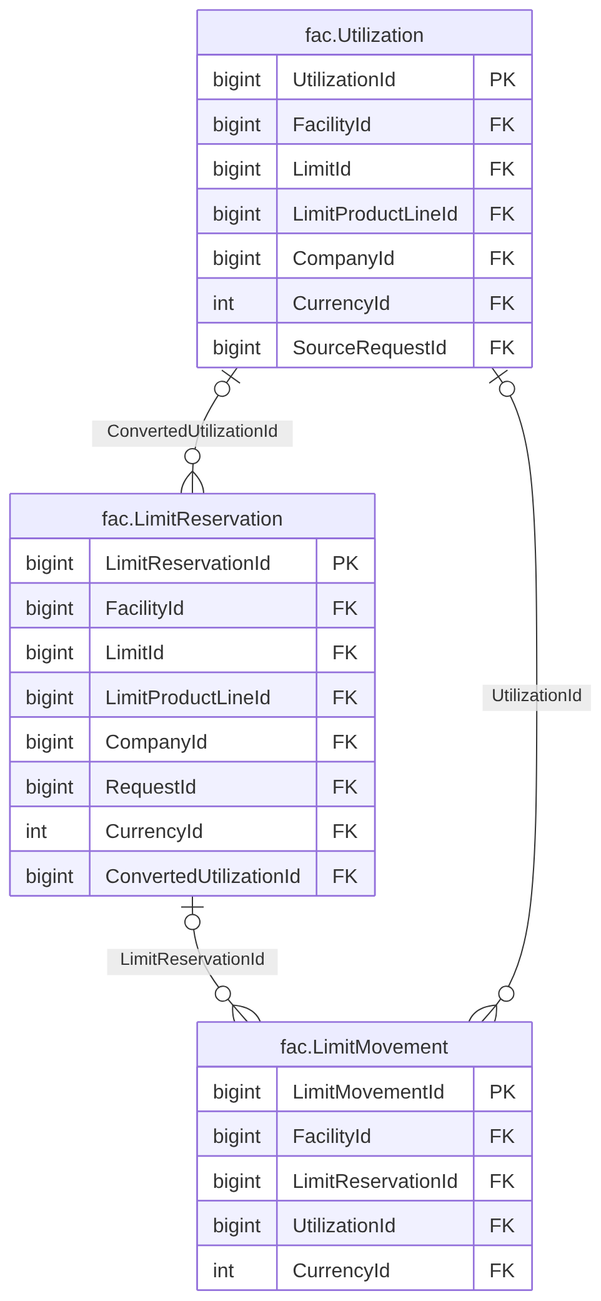
This is treasury-platform/docs/diagrams/erd/m5_limits_2.png from thawrasy/smartlines, a Mermaid export, as it was before one commit. Its source is kept beside it as treasury-platform/docs/diagrams/erd/m5_limits_2.mmd.
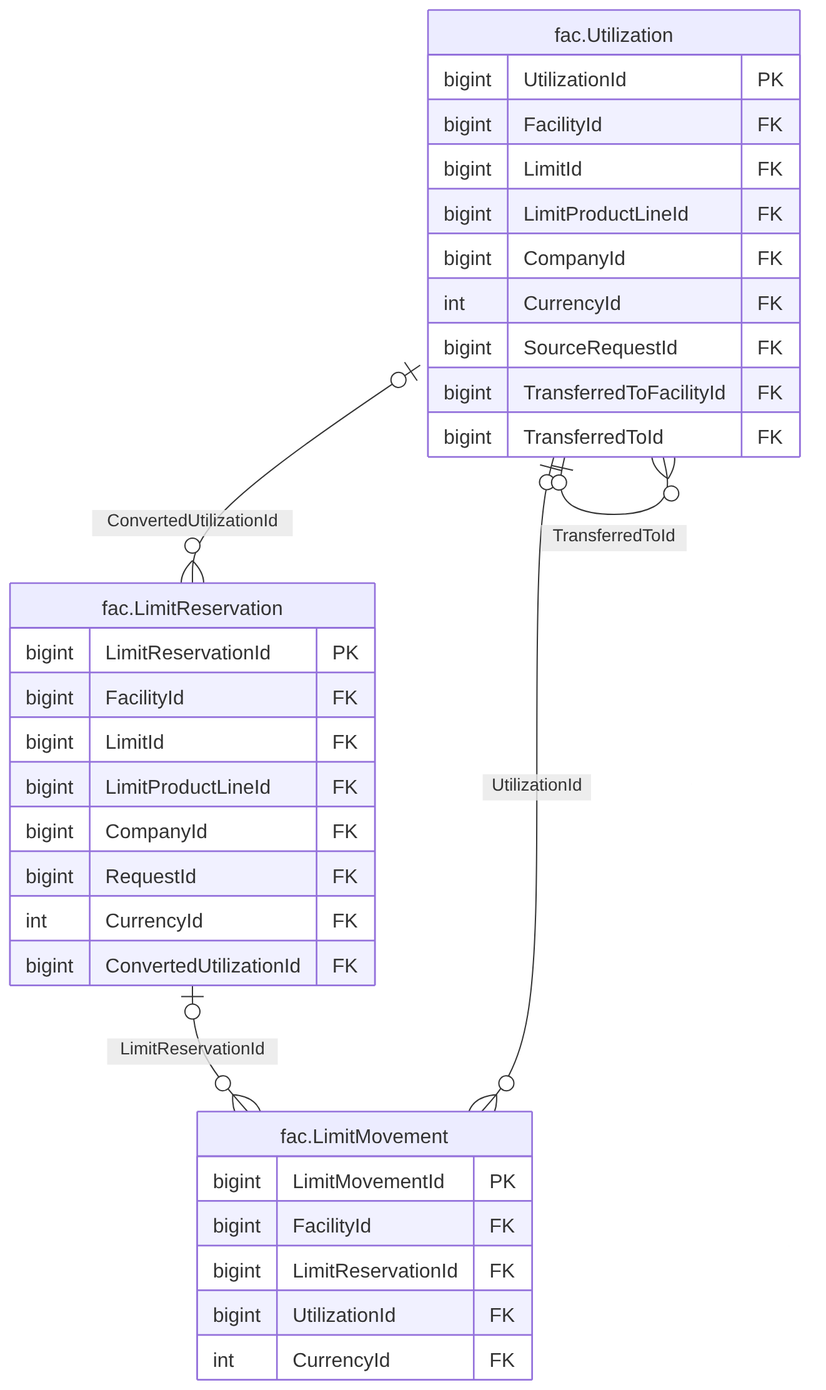
The same file after the commit.

What changed in the source:
```diff
@@ -7,6 +7,8 @@
     bigint CompanyId FK
     int CurrencyId FK
     bigint SourceRequestId FK
+    bigint TransferredToFacilityId FK
+    bigint TransferredToId FK
   }
   fac_LimitReservation["fac.LimitReservation"] {
     bigint LimitReservationId PK
@@ -28,3 +30,4 @@
   fac_LimitReservation |o--o{ fac_LimitMovement : "LimitReservationId"
   fac_Utilization |o--o{ fac_LimitMovement : "UtilizationId"
   fac_Utilization |o--o{ fac_LimitReservation : "ConvertedUtilizationId"
+  fac_Utilization |o--o{ fac_Utilization : "TransferredToId"
```
